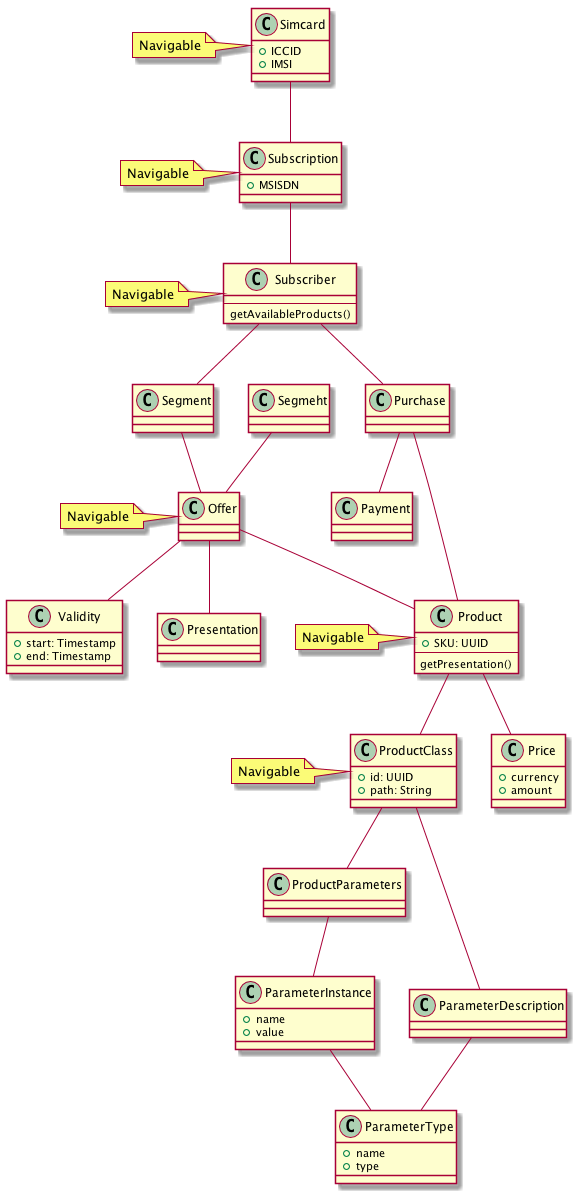
The PlantUML diagram docs/domain-model/classes.png in ostelco/ostelco-core, before a commit.
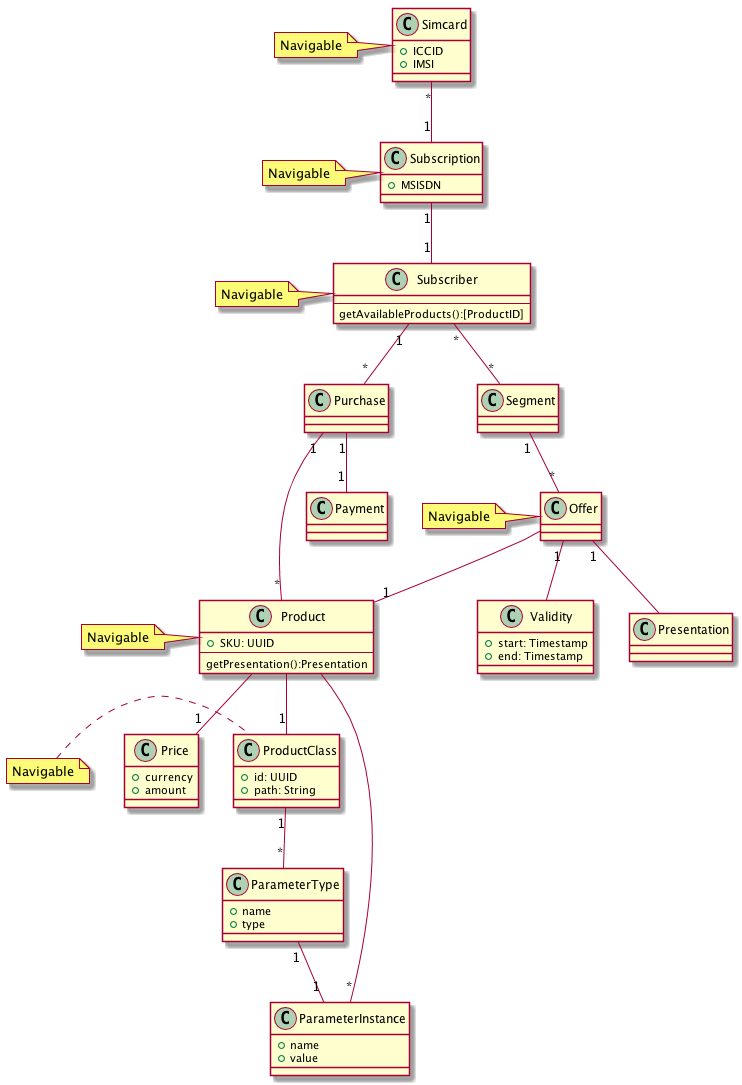
After the change.

Diff of the diagram source:
```diff
@@ -40,7 +40,7 @@
 class Product {
  + SKU: UUID
  --
- getPresentation()
+ getPresentation():Presentation
 }
 note left: Navigable
 
@@ -51,7 +51,7 @@
 
 class Subscriber {
 --
-  getAvailableProducts()
+  getAvailableProducts():[ProductID]
 }
 note left: Navigable
 
@@ -64,22 +64,19 @@
 
 
 
-Simcard -- Subscription
-Subscription -- Subscriber
-Subscriber -- Purchase
-Subscriber -- Segment
-Segment -- Offer
-Segmeht  -- Offer
-Purchase -- Product
-Purchase -- Payment
-Offer -- Validity
-Offer -- Presentation
-Offer -- Product
-Product -- Price
-Product -- ProductClass
-ProductClass -- ProductParameters
-ProductClass -- ParameterDescription
-ProductParameters -- ParameterInstance
-ParameterDescription -- ParameterType
-ParameterInstance -- ParameterType
+Simcard "*" -- "1" Subscription
+Subscription "1" -- "1" Subscriber
+Subscriber "1" -- "*" Purchase
+Subscriber "*" -- "*" Segment
+Segment "1" -- "*" Offer
+Purchase "1" -- "*" Product
+Purchase "1"  -- "1" Payment
+Offer "1" -- Validity
+Offer "1" -- Presentation
+Offer -- "1" Product
+Product -- "1" Price
+Product -- "1" ProductClass
+ProductClass "1" -- "*" ParameterType
+Product -- "*" ParameterInstance
+ParameterType "1" -- "1" ParameterInstance
 @enduml
```
